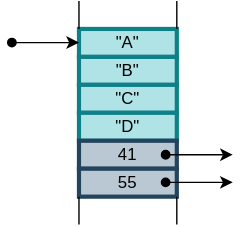
This is docs/svg/oriscv_obj_view.drawio.svg from UniStuttgart-IKR/vio, a draw.io export, as it was before one commit. Source tidied: cells renumbered, new cells last; positions are measured from the earlier drawing's top-left corner, leaving out a move shared by most shapes.
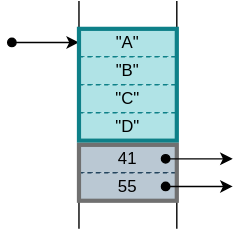
After the change.

What changed in the source:
```diff
@@ -2,23 +2,23 @@
   <root>
     <mxCell id="0" />
     <mxCell id="1" parent="0" />
-    <mxCell id="2" value="&quot;A&quot;" style="rounded=0;whiteSpace=wrap;html=1;fillColor=#b0e3e6;strokeColor=#0e8088;strokeWidth=3;" parent="1" vertex="1">
+    <mxCell id="2" value="&quot;A&quot;" style="rounded=0;whiteSpace=wrap;html=1;fillColor=#b0e3e6;strokeColor=#0e8088;strokeWidth=1;dashed=1;" parent="1" vertex="1">
       <mxGeometry x="48" y="20" width="70" height="20" as="geometry" />
     </mxCell>
-    <mxCell id="3" value="&quot;B&quot;" style="rounded=0;whiteSpace=wrap;html=1;fillColor=#b0e3e6;strokeColor=#0e8088;strokeWidth=3;" parent="1" vertex="1">
+    <mxCell id="3" value="&quot;B&quot;" style="rounded=0;whiteSpace=wrap;html=1;fillColor=#b0e3e6;strokeColor=#0e8088;strokeWidth=1;dashed=1;" parent="1" vertex="1">
       <mxGeometry x="48" y="40" width="70" height="20" as="geometry" />
     </mxCell>
-    <mxCell id="4" value="&quot;C&quot;" style="rounded=0;whiteSpace=wrap;html=1;fillColor=#b0e3e6;strokeColor=#0e8088;strokeWidth=3;" parent="1" vertex="1">
+    <mxCell id="4" value="&quot;C&quot;" style="rounded=0;whiteSpace=wrap;html=1;fillColor=#b0e3e6;strokeColor=#0e8088;strokeWidth=1;dashed=1;" parent="1" vertex="1">
       <mxGeometry x="48" y="60" width="70" height="20" as="geometry" />
     </mxCell>
-    <mxCell id="5" value="&quot;D&quot;" style="rounded=0;whiteSpace=wrap;html=1;fillColor=#b0e3e6;strokeColor=#0e8088;strokeWidth=3;" parent="1" vertex="1">
+    <mxCell id="5" value="&quot;D&quot;" style="rounded=0;whiteSpace=wrap;html=1;fillColor=#b0e3e6;strokeColor=#0e8088;strokeWidth=1;dashed=1;" parent="1" vertex="1">
       <mxGeometry x="48" y="80" width="70" height="20" as="geometry" />
     </mxCell>
-    <mxCell id="6" value="41" style="rounded=0;whiteSpace=wrap;html=1;fillColor=#bac8d3;strokeColor=#23445d;strokeWidth=3;" parent="1" vertex="1">
-      <mxGeometry x="48" y="100" width="70" height="20" as="geometry" />
+    <mxCell id="6" value="41" style="rounded=0;whiteSpace=wrap;html=1;fillColor=#bac8d3;strokeColor=#23445d;strokeWidth=1;dashed=1;" parent="1" vertex="1">
+      <mxGeometry x="48" y="103" width="70" height="20" as="geometry" />
     </mxCell>
-    <mxCell id="7" value="55" style="rounded=0;whiteSpace=wrap;html=1;fillColor=#bac8d3;strokeColor=#23445d;strokeWidth=3;" parent="1" vertex="1">
-      <mxGeometry x="48" y="120" width="70" height="20" as="geometry" />
+    <mxCell id="7" value="55" style="rounded=0;whiteSpace=wrap;html=1;fillColor=#bac8d3;strokeColor=#23445d;strokeWidth=1;dashed=1;" parent="1" vertex="1">
+      <mxGeometry x="48" y="123" width="70" height="20" as="geometry" />
     </mxCell>
     <mxCell id="8" style="endArrow=none;html=1;rounded=0;entryX=0;entryY=0;entryDx=0;entryDy=0;" parent="1" edge="1" target="2">
       <mxGeometry relative="1" as="geometry">
@@ -33,33 +33,39 @@
     </mxCell>
     <mxCell id="10" style="endArrow=none;html=1;rounded=0;entryX=0;entryY=0;entryDx=0;entryDy=0;" parent="1" edge="1">
       <mxGeometry relative="1" as="geometry">
-        <mxPoint x="48" y="140" as="sourcePoint" />
-        <mxPoint x="48" y="160" as="targetPoint" />
+        <mxPoint x="48" y="143" as="sourcePoint" />
+        <mxPoint x="48" y="163" as="targetPoint" />
       </mxGeometry>
     </mxCell>
     <mxCell id="11" style="endArrow=none;html=1;rounded=0;entryX=0;entryY=0;entryDx=0;entryDy=0;" parent="1" edge="1">
       <mxGeometry relative="1" as="geometry">
-        <mxPoint x="118" y="140" as="sourcePoint" />
-        <mxPoint x="118" y="160" as="targetPoint" />
+        <mxPoint x="118" y="143" as="sourcePoint" />
+        <mxPoint x="118" y="163" as="targetPoint" />
       </mxGeometry>
     </mxCell>
     <mxCell id="12" style="endArrow=classic;html=1;rounded=0;exitX=1;exitY=0.5;exitDx=0;exitDy=0;startArrow=oval;startFill=1;" parent="1" edge="1">
       <mxGeometry relative="1" as="geometry">
-        <mxPoint x="110" y="110" as="sourcePoint" />
-        <mxPoint x="158" y="110" as="targetPoint" />
+        <mxPoint y="29.8" as="sourcePoint" />
+        <mxPoint x="48" y="29.8" as="targetPoint" />
       </mxGeometry>
     </mxCell>
-    <mxCell id="13" style="endArrow=classic;html=1;rounded=0;exitX=1;exitY=0.5;exitDx=0;exitDy=0;startArrow=oval;startFill=1;" parent="1" edge="1">
-      <mxGeometry relative="1" as="geometry">
-        <mxPoint y="29.8" as="sourcePoint" />
-        <mxPoint x="48" y="29.8" as="targetPoint" />
-      </mxGeometry>
+    <mxCell id="13" style="rounded=0;whiteSpace=wrap;html=1;fillColor=none;strokeColor=#0e8088;strokeWidth=3;" parent="1" vertex="1">
+      <mxGeometry x="48" y="20" width="70" height="80" as="geometry" />
     </mxCell>
-    <mxCell id="14" style="endArrow=classic;html=1;rounded=0;exitX=1;exitY=0.5;exitDx=0;exitDy=0;startArrow=oval;startFill=1;" parent="1" edge="1">
-      <mxGeometry relative="1" as="geometry">
-        <mxPoint x="110" y="129.8" as="sourcePoint" />
-        <mxPoint x="158" y="129.8" as="targetPoint" />
-      </mxGeometry>
+    <mxCell id="14" style="rounded=0;whiteSpace=wrap;html=1;fillColor=none;strokeColor=#707070;strokeWidth=3;" parent="1" vertex="1">
+      <mxGeometry x="48" y="103" width="70" height="40" as="geometry" />
     </mxCell>
+    <mxCell id="15" style="endArrow=classic;html=1;rounded=0;exitX=1;exitY=0.5;exitDx=0;exitDy=0;startArrow=oval;startFill=1;" parent="1" edge="1">
+      <mxGeometry relative="1" as="geometry">
+        <mxPoint x="110" y="113" as="sourcePoint" />
+        <mxPoint x="158" y="113" as="targetPoint" />
+      </mxGeometry>
+    </mxCell>
+    <mxCell id="16" style="endArrow=classic;html=1;rounded=0;exitX=1;exitY=0.5;exitDx=0;exitDy=0;startArrow=oval;startFill=1;" parent="1" edge="1">
+      <mxGeometry relative="1" as="geometry">
+        <mxPoint x="110" y="132.8" as="sourcePoint" />
+        <mxPoint x="158" y="132.8" as="targetPoint" />
+      </mxGeometry>
+    </mxCell>
   </root>
 </mxGraphModel>
```
